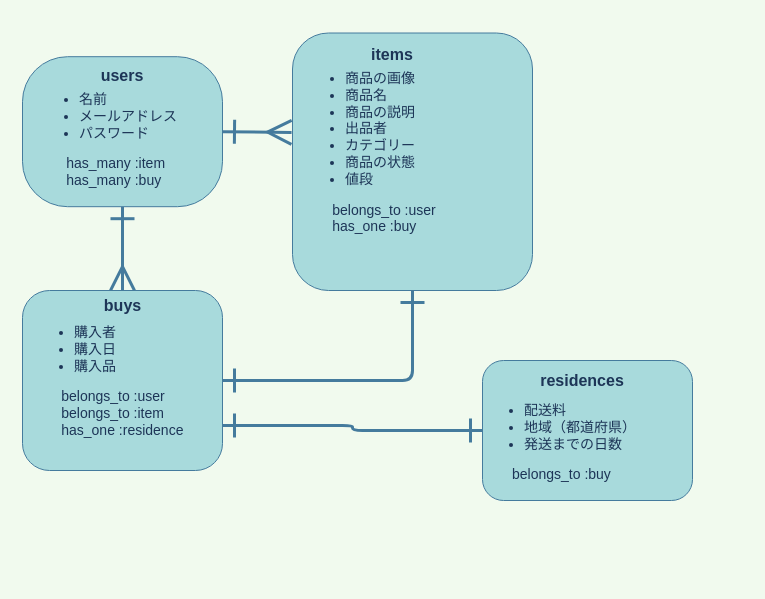
Before: er.dio in kuwatoro/furima--28654-, a draw.io diagram. Source tidied: cells renumbered, new cells numbered last; positions are measured from the earlier drawing's top-left corner, leaving out a move shared by most shapes. Both pictures are drawn from the tidied source at 100%, with x=0, y=0 at pixel (22, 32).
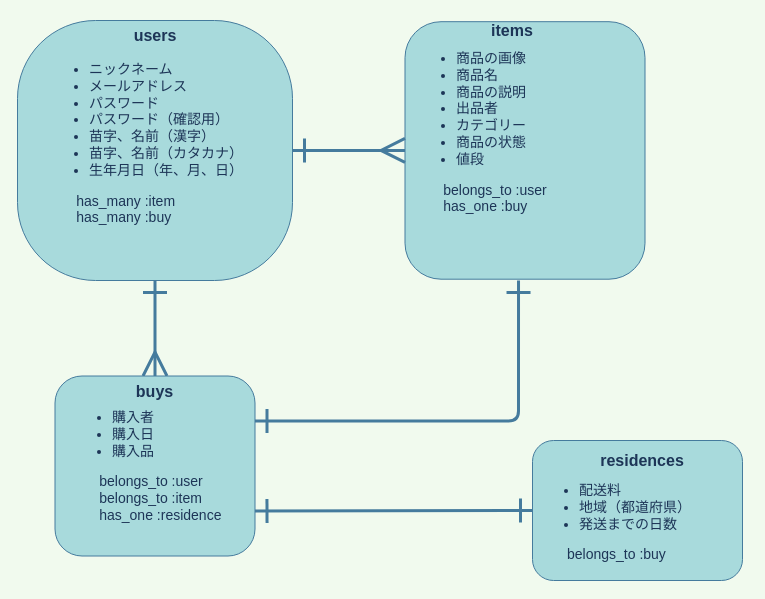
After the change.

Commit message (it also covers changes not shown here):
データベース設計の修正②

Diff of the diagram source:
```diff
@@
 <mxGraphModel background="#F1FAEE">
   <root>
     <mxCell id="0" />
     <mxCell id="1" parent="0" />
-    <mxCell id="2" style="edgeStyle=orthogonalEdgeStyle;rounded=1;sketch=0;jumpStyle=sharp;jumpSize=21;jettySize=auto;html=1;exitX=0.5;exitY=1;exitDx=0;exitDy=0;entryX=1;entryY=0.5;entryDx=0;entryDy=0;startArrow=ERone;startFill=0;startSize=20;sourcePerimeterSpacing=0;endArrow=ERone;endFill=0;endSize=20;targetPerimeterSpacing=100;strokeColor=#457B9D;strokeWidth=3;fillColor=#A8DADC;fontColor=#1D3557;" parent="1" edge="1" source="3" target="7">
-      <mxGeometry relative="1" as="geometry" />
-    </mxCell>
     <mxCell id="3" style="whiteSpace=wrap;html=1;fontSize=16;align=center;verticalAlign=top;horizontal=1;textDirection=ltr;labelPosition=center;verticalLabelPosition=middle;rounded=1;fillColor=#A8DADC;strokeColor=#457B9D;fontColor=#1D3557;" parent="1" vertex="1">
-      <mxGeometry x="270" y="0.5" width="240" height="257.5" as="geometry" />
+      <mxGeometry x="382.5" y="-10.8" width="240" height="257.5" as="geometry" />
     </mxCell>
+    <mxCell id="5" style="edgeStyle=none;rounded=1;jumpStyle=sharp;jumpSize=21;jettySize=auto;html=1;startArrow=ERone;startFill=0;startSize=20;endArrow=ERmany;endFill=0;endSize=20;targetPerimeterSpacing=100;strokeWidth=3;fontSize=14;fontColor=#1D3557;entryX=0.5;entryY=0;entryDx=0;entryDy=0;labelBackgroundColor=#F1FAEE;strokeColor=#457B9D;sourcePerimeterSpacing=0;exitX=0.5;exitY=1;exitDx=0;exitDy=0;" parent="1" edge="1" source="6" target="7">
+      <mxGeometry relative="1" as="geometry" />
+    </mxCell>
-    <mxCell id="4" style="rounded=1;jettySize=auto;html=1;exitX=1;exitY=0.5;exitDx=0;exitDy=0;fontSize=14;fontColor=#1D3557;spacingTop=0;spacing=0;spacingRight=0;spacingBottom=0;startArrow=ERone;startFill=0;endArrow=ERmany;endFill=0;jumpSize=21;jumpStyle=sharp;strokeWidth=3;targetPerimeterSpacing=100;sourcePerimeterSpacing=0;labelBackgroundColor=#F1FAEE;strokeColor=#457B9D;endSize=20;startSize=20;entryX=-0.004;entryY=0.386;entryDx=0;entryDy=0;entryPerimeter=0;" parent="1" edge="1" source="6" target="3">
+    <mxCell id="4" style="edgeStyle=orthogonalEdgeStyle;rounded=1;sketch=0;jumpStyle=sharp;jumpSize=21;jettySize=auto;html=1;exitX=1;exitY=0.5;exitDx=0;exitDy=0;entryX=0;entryY=0.5;entryDx=0;entryDy=0;startArrow=ERone;startFill=0;startSize=20;sourcePerimeterSpacing=0;endArrow=ERmany;endFill=0;endSize=20;targetPerimeterSpacing=100;strokeColor=#457B9D;strokeWidth=3;fillColor=#A8DADC;fontColor=#1D3557;" parent="1" edge="1" source="6" target="3">
       <mxGeometry relative="1" as="geometry" />
     </mxCell>
-    <mxCell id="5" style="edgeStyle=none;rounded=1;jumpStyle=sharp;jumpSize=21;jettySize=auto;html=1;startArrow=ERone;startFill=0;startSize=20;endArrow=ERmany;endFill=0;endSize=20;targetPerimeterSpacing=100;strokeWidth=3;fontSize=14;fontColor=#1D3557;entryX=0.5;entryY=0;entryDx=0;entryDy=0;labelBackgroundColor=#F1FAEE;strokeColor=#457B9D;sourcePerimeterSpacing=0;exitX=0.5;exitY=1;exitDx=0;exitDy=0;" parent="1" edge="1" source="6" target="7">
-      <mxGeometry relative="1" as="geometry" />
-    </mxCell>
     <mxCell id="6" value="&lt;div&gt;&lt;br&gt;&lt;/div&gt;" style="whiteSpace=wrap;html=1;fontSize=16;labelBackgroundColor=none;noLabel=1;rounded=1;fillColor=#A8DADC;strokeColor=#457B9D;fontColor=#1D3557;arcSize=30;" parent="1" vertex="1">
-      <mxGeometry y="24.2" width="200" height="150" as="geometry" />
+      <mxGeometry x="-5" y="-12" width="275" height="260" as="geometry" />
     </mxCell>
+    <mxCell id="18" style="edgeStyle=orthogonalEdgeStyle;rounded=1;sketch=0;jumpStyle=sharp;jumpSize=21;jettySize=auto;html=1;exitX=1;exitY=0.25;exitDx=0;exitDy=0;entryX=0.473;entryY=1.005;entryDx=0;entryDy=0;entryPerimeter=0;startArrow=ERone;startFill=0;startSize=20;sourcePerimeterSpacing=0;endArrow=ERone;endFill=0;endSize=20;targetPerimeterSpacing=100;strokeColor=#457B9D;strokeWidth=3;fillColor=#A8DADC;fontColor=#1D3557;" parent="1" edge="1" source="7" target="3">
+      <mxGeometry relative="1" as="geometry" />
+    </mxCell>
     <mxCell id="7" style="whiteSpace=wrap;html=1;fontSize=16;rounded=1;fillColor=#A8DADC;strokeColor=#457B9D;fontColor=#1D3557;" parent="1" vertex="1">
-      <mxGeometry y="258" width="200" height="180" as="geometry" />
+      <mxGeometry x="32.5" y="343.5" width="200" height="180" as="geometry" />
     </mxCell>
     <mxCell id="8" style="edgeStyle=orthogonalEdgeStyle;rounded=1;sketch=0;jumpStyle=sharp;jumpSize=21;jettySize=auto;html=1;entryX=1;entryY=0.75;entryDx=0;entryDy=0;startArrow=ERone;startFill=0;startSize=20;sourcePerimeterSpacing=0;endArrow=ERone;endFill=0;endSize=20;targetPerimeterSpacing=100;strokeColor=#457B9D;strokeWidth=3;fillColor=#A8DADC;fontColor=#1D3557;" parent="1" edge="1" source="9" target="7">
       <mxGeometry relative="1" as="geometry" />
     </mxCell>
     <mxCell id="9" style="whiteSpace=wrap;html=1;fontSize=16;rounded=1;fontStyle=1;fillColor=#A8DADC;strokeColor=#457B9D;fontColor=#1D3557;" parent="1" vertex="1">
-      <mxGeometry x="460" y="328" width="210" height="140" as="geometry" />
+      <mxGeometry x="510" y="408" width="210" height="140" as="geometry" />
     </mxCell>
     <mxCell id="10" value="items" style="text;html=1;strokeColor=none;fillColor=none;align=center;verticalAlign=middle;whiteSpace=wrap;fontSize=16;fontStyle=1;rounded=1;fontColor=#1D3557;" parent="1" vertex="1">
-      <mxGeometry x="335" y="8" width="70" height="27.5" as="geometry" />
+      <mxGeometry x="455" y="-15.8" width="70" height="27.5" as="geometry" />
     </mxCell>
     <mxCell id="11" value="&lt;ul style=&quot;font-size: 14px&quot;&gt;&lt;li style=&quot;font-size: 14px&quot;&gt;商品の画像&lt;/li&gt;&lt;li style=&quot;font-size: 14px&quot;&gt;商品名　　&lt;/li&gt;&lt;li style=&quot;font-size: 14px&quot;&gt;商品の説明&lt;/li&gt;&lt;li style=&quot;font-size: 14px&quot;&gt;出品者&lt;/li&gt;&lt;li style=&quot;font-size: 14px&quot;&gt;カテゴリー　　&lt;/li&gt;&lt;li style=&quot;font-size: 14px&quot;&gt;商品の状態&lt;/li&gt;&lt;li style=&quot;font-size: 14px&quot;&gt;値段&lt;/li&gt;&lt;/ul&gt;&lt;div&gt;&amp;nbsp; &amp;nbsp; &amp;nbsp; &amp;nbsp;belongs_to :user&lt;/div&gt;&lt;div&gt;&amp;nbsp; &amp;nbsp; &amp;nbsp; &amp;nbsp;has_one :buy&lt;/div&gt;&lt;div&gt;&amp;nbsp; &amp;nbsp; &amp;nbsp; &amp;nbsp;&lt;/div&gt;" style="text;html=1;align=left;verticalAlign=top;whiteSpace=wrap;fontSize=14;rounded=1;spacing=0;fontColor=#1D3557;" parent="1" vertex="1">
-      <mxGeometry x="282.5" y="19.2" width="227.5" height="228.8" as="geometry" />
+      <mxGeometry x="394" y="-1.4" width="227.5" height="228.8" as="geometry" />
     </mxCell>
-    <mxCell id="12" value="&lt;ul style=&quot;font-size: 14px&quot;&gt;&lt;li style=&quot;font-size: 14px&quot;&gt;名前&lt;/li&gt;&lt;li style=&quot;font-size: 14px&quot;&gt;メールアドレス&lt;/li&gt;&lt;li style=&quot;font-size: 14px&quot;&gt;パスワード&lt;/li&gt;&lt;/ul&gt;&lt;div&gt;&amp;nbsp; &amp;nbsp; &amp;nbsp; &amp;nbsp;has_many :item&lt;/div&gt;&lt;div&gt;&amp;nbsp; &amp;nbsp; &amp;nbsp; &amp;nbsp;has_many :buy&lt;/div&gt;" style="text;html=1;strokeColor=none;fillColor=none;align=left;verticalAlign=top;whiteSpace=wrap;fontSize=14;rounded=1;arcSize=22;fontColor=#1D3557;" parent="1" vertex="1">
-      <mxGeometry x="15" y="38" width="170" height="110" as="geometry" />
+    <mxCell id="12" value="&lt;ul style=&quot;font-size: 14px&quot;&gt;&lt;li style=&quot;font-size: 14px&quot;&gt;ニックネーム&lt;/li&gt;&lt;li style=&quot;font-size: 14px&quot;&gt;メールアドレス&lt;/li&gt;&lt;li style=&quot;font-size: 14px&quot;&gt;パスワード&lt;/li&gt;&lt;li style=&quot;font-size: 14px&quot;&gt;パスワード（確認用）&lt;/li&gt;&lt;li style=&quot;font-size: 14px&quot;&gt;苗字、名前（漢字）&lt;/li&gt;&lt;li style=&quot;font-size: 14px&quot;&gt;苗字、名前（カタカナ）&lt;/li&gt;&lt;li style=&quot;font-size: 14px&quot;&gt;生年月日（年、月、日）&lt;/li&gt;&lt;/ul&gt;&lt;div&gt;&amp;nbsp; &amp;nbsp; &amp;nbsp; &amp;nbsp;has_many :item&lt;/div&gt;&lt;div&gt;&amp;nbsp; &amp;nbsp; &amp;nbsp; &amp;nbsp;has_many :buy&lt;/div&gt;" style="text;html=1;strokeColor=none;fillColor=none;align=left;verticalAlign=top;whiteSpace=wrap;fontSize=14;rounded=1;arcSize=22;fontColor=#1D3557;" parent="1" vertex="1">
+      <mxGeometry x="25" y="8" width="215" height="210" as="geometry" />
     </mxCell>
     <mxCell id="13" value="users" style="text;html=1;strokeColor=none;fillColor=none;align=center;verticalAlign=middle;whiteSpace=wrap;fontSize=16;fontStyle=1;rounded=1;fontColor=#1D3557;" parent="1" vertex="1">
-      <mxGeometry x="65" y="28" width="70" height="30" as="geometry" />
+      <mxGeometry x="97.5" y="-12" width="70" height="30" as="geometry" />
     </mxCell>
     <mxCell id="14" value="buys" style="text;html=1;strokeColor=none;fillColor=none;align=center;verticalAlign=middle;whiteSpace=wrap;rounded=0;labelBackgroundColor=none;fontColor=#1D3557;fontSize=16;fontStyle=1;" parent="1" vertex="1">
-      <mxGeometry x="57.5" y="258" width="85" height="30" as="geometry" />
+      <mxGeometry x="90" y="343.5" width="85" height="30" as="geometry" />
     </mxCell>
     <mxCell id="15" value="&lt;ul style=&quot;font-size: 14px&quot;&gt;&lt;li style=&quot;font-size: 14px&quot;&gt;購入者&lt;/li&gt;&lt;li style=&quot;font-size: 14px&quot;&gt;購入日&lt;/li&gt;&lt;li style=&quot;font-size: 14px&quot;&gt;購入品&lt;/li&gt;&lt;/ul&gt;&lt;div&gt;&amp;nbsp; &amp;nbsp; &amp;nbsp; &amp;nbsp;belongs_to :user&lt;/div&gt;&lt;div&gt;&amp;nbsp; &amp;nbsp; &amp;nbsp; &amp;nbsp;belongs_to :item&lt;/div&gt;&lt;div&gt;&amp;nbsp; &amp;nbsp; &amp;nbsp; &amp;nbsp;has_one :residence&lt;/div&gt;" style="text;html=1;strokeColor=none;fillColor=none;align=left;verticalAlign=top;whiteSpace=wrap;rounded=0;labelBackgroundColor=none;fontSize=14;fontColor=#1D3557;horizontal=1;" parent="1" vertex="1">
-      <mxGeometry x="10" y="270.5" width="170" height="155" as="geometry" />
+      <mxGeometry x="47.5" y="356" width="170" height="155" as="geometry" />
     </mxCell>
     <mxCell id="16" value="&lt;font size=&quot;1&quot;&gt;&lt;b style=&quot;font-size: 16px&quot;&gt;residences&lt;/b&gt;&lt;/font&gt;" style="text;html=1;strokeColor=none;fillColor=none;align=center;verticalAlign=middle;whiteSpace=wrap;rounded=0;labelBackgroundColor=none;fontSize=14;fontColor=#1D3557;" parent="1" vertex="1">
-      <mxGeometry x="510" y="328" width="100" height="40" as="geometry" />
+      <mxGeometry x="570" y="408" width="100" height="40" as="geometry" />
     </mxCell>
     <mxCell id="17" value="&lt;ul&gt;&lt;li&gt;配送料　&lt;/li&gt;&lt;li&gt;地域（都道府県）&lt;/li&gt;&lt;li&gt;発送までの日数&lt;/li&gt;&lt;/ul&gt;&lt;div&gt;　　belongs_to :buy&lt;/div&gt;" style="text;html=1;strokeColor=none;fillColor=none;align=left;verticalAlign=middle;whiteSpace=wrap;rounded=0;labelBackgroundColor=none;fontSize=14;fontColor=#1D3557;" parent="1" vertex="1">
-      <mxGeometry x="460" y="348" width="210" height="109" as="geometry" />
+      <mxGeometry x="515" y="428" width="210" height="109" as="geometry" />
     </mxCell>
   </root>
 </mxGraphModel>
```
